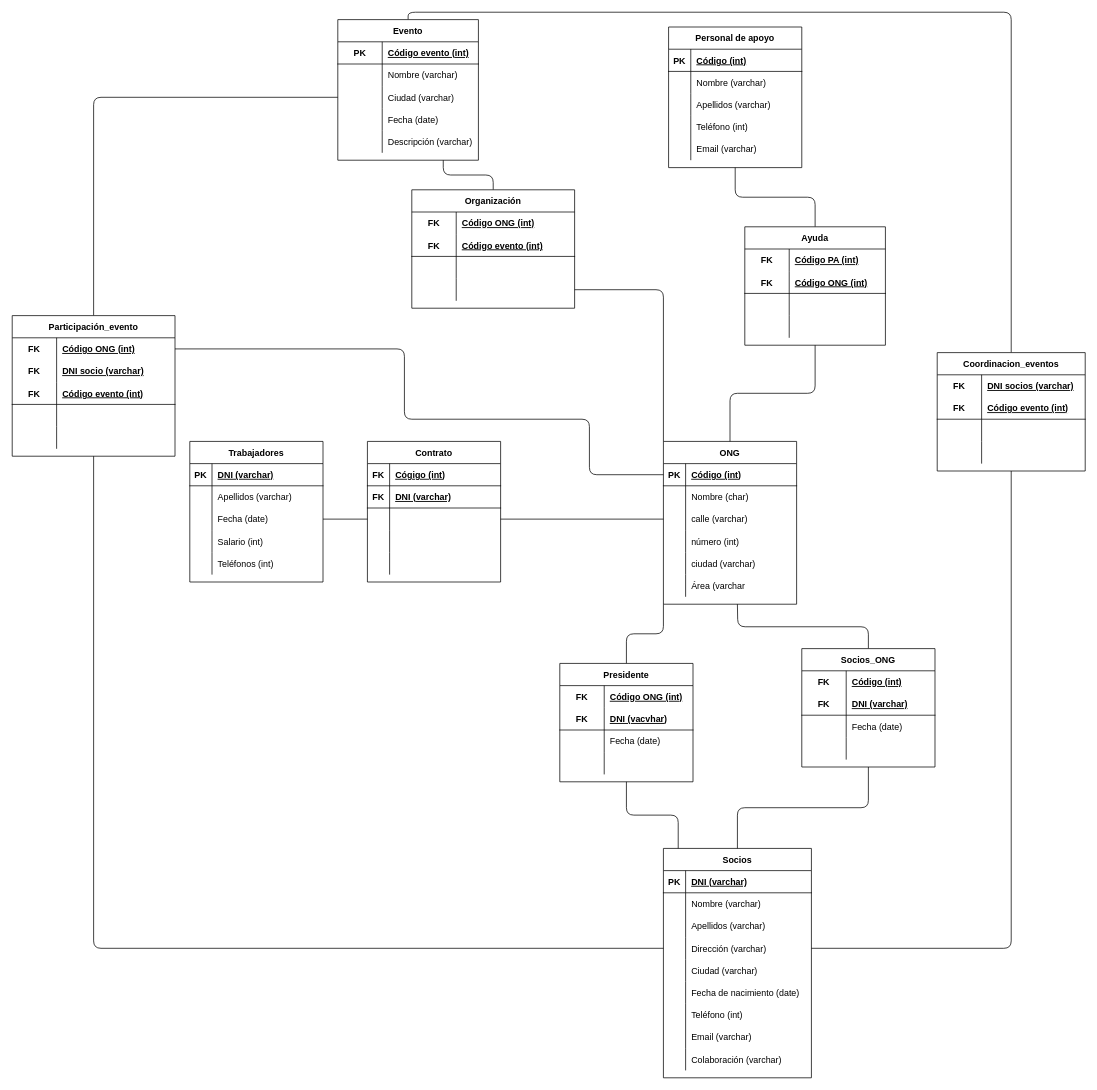
Alejandrogaralv/Bases_de_datos keeps this draw.io diagram as ONG2.drawio. Above is the earlier version. Source tidied: cells renumbered, new cells numbered last; positions are measured from the earlier drawing's top-left corner, leaving out a move shared by most shapes. Both pictures are drawn from the tidied source at 74%, with x=0, y=0 at pixel (12, 19).
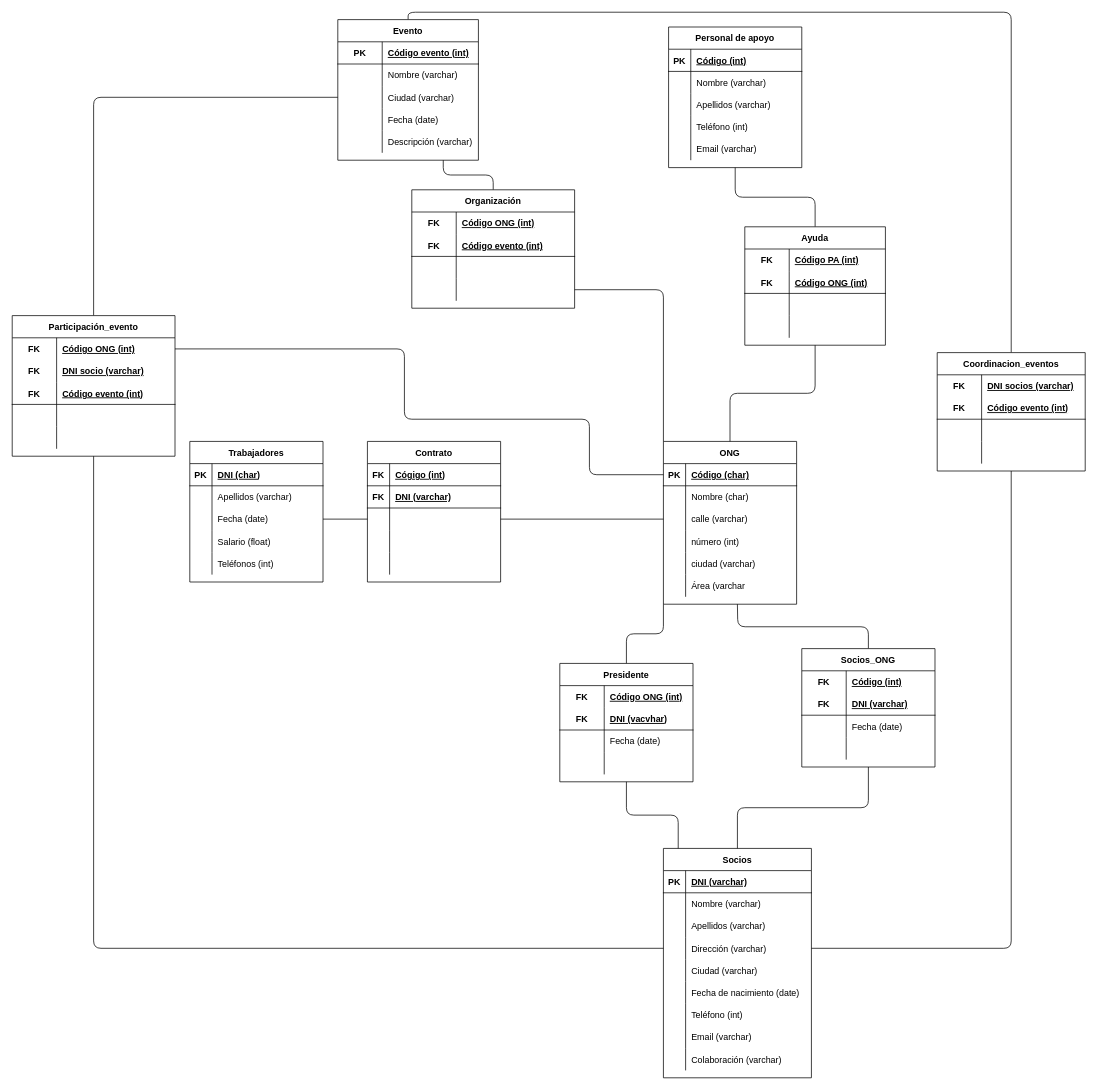
The same page after the edit.

The change refers to these unchanged cells:
```xml
<mxCell id="19" style="shape=partialRectangle;fillColor=none;top=0;left=0;bottom=1;right=0;points=[[0,0.5],[1,0.5]];portConstraint=eastwest;" parent="18" vertex="1">
  <mxGeometry y="30" width="180" height="30" as="geometry" />
</mxCell>
<mxCell id="66" style="shape=partialRectangle;fillColor=none;top=0;left=0;bottom=1;right=0;" parent="65" vertex="1">
  <mxGeometry y="30" width="180" height="30" as="geometry" />
</mxCell>
<mxCell id="75" style="shape=partialRectangle;fillColor=none;top=0;left=0;bottom=0;right=0;" parent="65" vertex="1">
  <mxGeometry y="120" width="180" height="30" as="geometry" />
</mxCell>
```

What changed in the source:
```diff
@@
-    <mxCell id="21" value="Código (int)" style="shape=partialRectangle;fillColor=none;top=0;left=0;bottom=0;right=0;align=left;spacingLeft=6;fontStyle=5;overflow=hidden;" parent="19" vertex="1">
+    <mxCell id="21" value="Código (char)" style="shape=partialRectangle;fillColor=none;top=0;left=0;bottom=0;right=0;align=left;spacingLeft=6;fontStyle=5;overflow=hidden;" parent="19" vertex="1">
       <mxGeometry x="30" width="150" height="30" as="geometry" />
     </mxCell>
@@
-    <mxCell id="68" value="DNI (varchar)" style="shape=partialRectangle;fillColor=none;top=0;left=0;bottom=0;right=0;align=left;spacingLeft=6;fontStyle=5;overflow=hidden;" parent="66" vertex="1">
+    <mxCell id="68" value="DNI (char)" style="shape=partialRectangle;fillColor=none;top=0;left=0;bottom=0;right=0;align=left;spacingLeft=6;fontStyle=5;overflow=hidden;" parent="66" vertex="1">
       <mxGeometry x="30" width="150" height="30" as="geometry" />
     </mxCell>
@@
-    <mxCell id="77" value="Salario (int)" style="shape=partialRectangle;fillColor=none;top=0;left=0;bottom=0;right=0;align=left;spacingLeft=6;overflow=hidden;" parent="75" vertex="1">
+    <mxCell id="77" value="Salario (float)" style="shape=partialRectangle;fillColor=none;top=0;left=0;bottom=0;right=0;align=left;spacingLeft=6;overflow=hidden;" parent="75" vertex="1">
       <mxGeometry x="30" width="150" height="30" as="geometry" />
     </mxCell>
```
